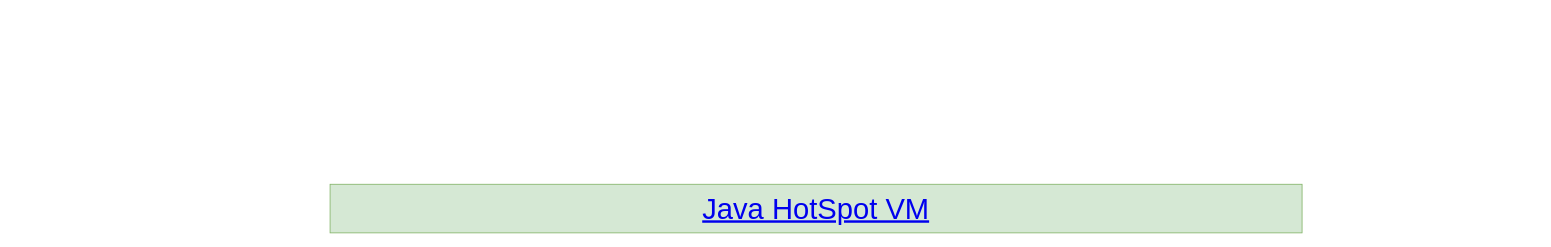
Above: java-road-map/Java开发知识结构.drawio in zhuyee/draw (draw.io), before the change. Source tidied: cells renumbered, new cells numbered last; positions are measured from the earlier drawing's top-left corner, leaving out a move shared by most shapes. Both pictures are drawn from the tidied source at 81%, with x=0, y=0 at pixel (330, 184).
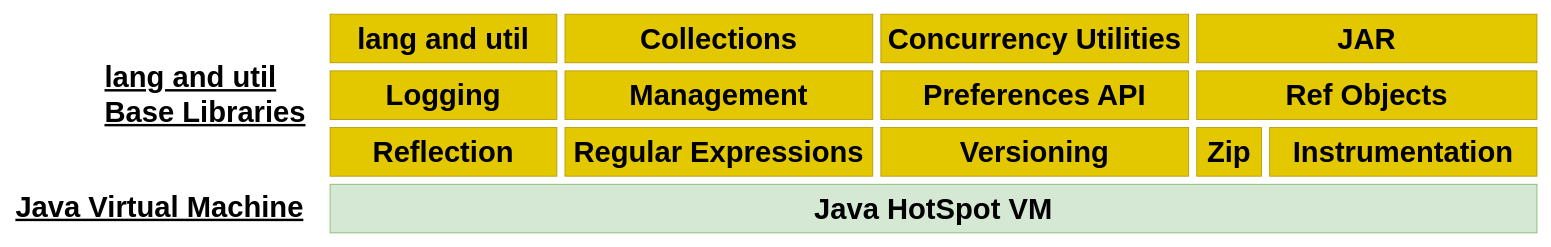
The same diagram, later.

Commit message:
更新 lang and util

Diff of the diagram source:
```diff
@@
 <mxGraphModel>
   <root>
     <mxCell id="0" />
     <mxCell id="1" parent="0" />
-    <mxCell id="2" value="&lt;font style=&quot;font-size: 36px;&quot;&gt;&lt;a href=&quot;https://docs.oracle.com/javase/7/docs/technotes/guides/vm/index.html&quot;&gt;Java HotSpot VM&lt;/a&gt;&lt;/font&gt;" style="rounded=0;whiteSpace=wrap;html=1;fillColor=#d5e8d4;strokeColor=#82b366;verticalAlign=middle;" parent="1" vertex="1">
-      <mxGeometry width="1200" height="60" as="geometry" />
+    <mxCell id="2" value="&lt;a style=&quot;color: rgb(0, 0, 0); font-family: Arial, Helvetica, sans-serif; font-weight: bold; text-decoration-line: none; font-size: 36px;&quot; class=&quot;atext&quot; href=&quot;https://docs.oracle.com/javase/7/docs/technotes/guides/vm/index.html&quot; alt=&quot;Java HotSpot VM&quot;&gt;Java HotSpot VM&lt;/a&gt;" style="rounded=0;whiteSpace=wrap;html=1;fillColor=#d5e8d4;strokeColor=#82b366;verticalAlign=middle;" parent="1" vertex="1">
+      <mxGeometry width="1490" height="60" as="geometry" />
     </mxCell>
+    <mxCell id="3" value="&lt;a style=&quot;color: rgb(0, 0, 0); font-family: Arial, Helvetica, sans-serif; font-weight: bold; text-decoration-line: none;&quot; alt=&quot;Introspection of loaded classes and objects&quot; class=&quot;atext&quot; href=&quot;https://docs.oracle.com/javase/7/docs/technotes/guides/reflection/index.html&quot;&gt;&lt;font style=&quot;font-size: 36px;&quot;&gt;Reflection&lt;/font&gt;&lt;/a&gt;" style="rounded=0;whiteSpace=wrap;html=1;fontSize=36;fillColor=#e3c800;strokeColor=#B09500;fontColor=#000000;" parent="1" vertex="1">
+      <mxGeometry y="-70" width="280" height="60" as="geometry" />
+    </mxCell>
+    <mxCell id="4" value="&lt;a style=&quot;color: rgb(0, 0, 0); font-family: Arial, Helvetica, sans-serif; font-weight: bold; text-decoration-line: none;&quot; class=&quot;atext&quot; href=&quot;https://docs.oracle.com/javase/7/docs/api/java/util/regex/package-summary.html&quot; alt=&quot;Regular expressions&quot;&gt;&lt;font style=&quot;font-size: 36px;&quot;&gt;Regular Expressions&lt;/font&gt;&lt;/a&gt;" style="rounded=0;whiteSpace=wrap;html=1;fontSize=36;fillColor=#e3c800;strokeColor=#B09500;fontColor=#000000;" parent="1" vertex="1">
+      <mxGeometry x="290" y="-70" width="380" height="60" as="geometry" />
+    </mxCell>
+    <mxCell id="5" value="&lt;a style=&quot;color: rgb(0, 0, 0); font-family: Arial, Helvetica, sans-serif; font-weight: bold; text-decoration-line: none;&quot; alt=&quot;Package Version Identification&quot; class=&quot;atext&quot; href=&quot;https://docs.oracle.com/javase/7/docs/technotes/guides/versioning/index.html&quot;&gt;Versioning&lt;/a&gt;" style="rounded=0;whiteSpace=wrap;html=1;fontSize=36;fillColor=#e3c800;strokeColor=#B09500;fontColor=#000000;" parent="1" vertex="1">
+      <mxGeometry x="680" y="-70" width="380" height="60" as="geometry" />
+    </mxCell>
+    <mxCell id="6" value="&lt;a style=&quot;color: rgb(0, 0, 0); font-family: Arial, Helvetica, sans-serif; font-weight: bold; text-decoration-line: none;&quot; alt=&quot;Reading and writing ZIP and GZIP file formats&quot; class=&quot;atext&quot; href=&quot;https://docs.oracle.com/javase/7/docs/api/java/util/zip/package-summary.html&quot;&gt;&lt;font style=&quot;font-size: 36px;&quot;&gt;Zip&lt;/font&gt;&lt;/a&gt;" style="rounded=0;whiteSpace=wrap;html=1;fontSize=36;fillColor=#e3c800;strokeColor=#B09500;fontColor=#000000;" parent="1" vertex="1">
+      <mxGeometry x="1070" y="-70" width="80" height="60" as="geometry" />
+    </mxCell>
+    <mxCell id="7" value="&lt;a style=&quot;color: rgb(0, 0, 0); font-family: Arial, Helvetica, sans-serif; font-weight: bold; text-decoration-line: none;&quot; alt=&quot;instrumentation&quot; class=&quot;atext&quot; href=&quot;https://docs.oracle.com/javase/7/docs/technotes/guides/instrumentation/index.html&quot;&gt;Instrumentation&lt;/a&gt;" style="rounded=0;whiteSpace=wrap;html=1;fontSize=36;fillColor=#e3c800;strokeColor=#B09500;fontColor=#000000;" parent="1" vertex="1">
+      <mxGeometry x="1160" y="-70" width="330" height="60" as="geometry" />
+    </mxCell>
+    <mxCell id="8" value="&lt;a style=&quot;color: rgb(0, 0, 0); font-family: Arial, Helvetica, sans-serif; font-weight: bold; text-decoration-line: none;&quot; class=&quot;atext&quot; href=&quot;https://docs.oracle.com/javase/7/docs/technotes/guides/logging/index.html&quot; alt=&quot;Logging features&quot;&gt;Logging&lt;/a&gt;" style="rounded=0;whiteSpace=wrap;html=1;fontSize=36;fillColor=#e3c800;strokeColor=#B09500;fontColor=#000000;" parent="1" vertex="1">
+      <mxGeometry y="-140" width="280" height="60" as="geometry" />
+    </mxCell>
+    <mxCell id="9" value="&lt;a style=&quot;color: rgb(0, 0, 0); font-family: Arial, Helvetica, sans-serif; font-weight: bold; text-decoration-line: none;&quot; alt=&quot;Java virtual machine monitoring and management&quot; class=&quot;atext&quot; href=&quot;https://docs.oracle.com/javase/7/docs/technotes/guides/management/index.html&quot;&gt;Management&lt;/a&gt;" style="rounded=0;whiteSpace=wrap;html=1;fontSize=36;fillColor=#e3c800;strokeColor=#B09500;fontColor=#000000;" parent="1" vertex="1">
+      <mxGeometry x="290" y="-140" width="380" height="60" as="geometry" />
+    </mxCell>
+    <mxCell id="10" value="&lt;a style=&quot;color: rgb(0, 0, 0); font-family: Arial, Helvetica, sans-serif; font-weight: bold; text-decoration-line: none;&quot; class=&quot;atext&quot; href=&quot;https://docs.oracle.com/javase/7/docs/technotes/guides/preferences/index.html&quot; alt=&quot;Preferences&quot;&gt;Preferences API&lt;/a&gt;" style="rounded=0;whiteSpace=wrap;html=1;fontSize=36;fillColor=#e3c800;strokeColor=#B09500;fontColor=#000000;" parent="1" vertex="1">
+      <mxGeometry x="680" y="-140" width="380" height="60" as="geometry" />
+    </mxCell>
+    <mxCell id="11" value="&lt;a style=&quot;color: rgb(0, 0, 0); font-family: Arial, Helvetica, sans-serif; font-weight: bold; text-decoration-line: none;&quot; class=&quot;atext&quot; href=&quot;https://docs.oracle.com/javase/7/docs/api/java/lang/ref/package-summary.html&quot; alt=&quot;Reference Objects API&quot;&gt;Ref Objects&lt;/a&gt;" style="rounded=0;whiteSpace=wrap;html=1;fontSize=36;fillColor=#e3c800;strokeColor=#B09500;fontColor=#000000;" parent="1" vertex="1">
+      <mxGeometry x="1070" y="-140" width="420" height="60" as="geometry" />
+    </mxCell>
+    <mxCell id="12" value="&lt;a style=&quot;color: rgb(0, 0, 0); font-family: Arial, Helvetica, sans-serif; font-weight: bold; text-decoration-line: none;&quot; alt=&quot;java.lang and java.util packages&quot; class=&quot;atext&quot; href=&quot;https://docs.oracle.com/javase/7/docs/technotes/guides/lang/index.html&quot;&gt;lang and util&lt;/a&gt;" style="rounded=0;whiteSpace=wrap;html=1;fontSize=36;fillColor=#e3c800;strokeColor=#B09500;fontColor=#000000;" parent="1" vertex="1">
+      <mxGeometry y="-210" width="280" height="60" as="geometry" />
+    </mxCell>
+    <mxCell id="13" value="&lt;a style=&quot;color: rgb(0, 0, 0); font-family: Arial, Helvetica, sans-serif; font-weight: bold; text-decoration-line: none;&quot; alt=&quot;Framework for representing and manipulating collections&quot; class=&quot;atext&quot; href=&quot;https://docs.oracle.com/javase/7/docs/technotes/guides/collections/index.html&quot;&gt;Collections&lt;/a&gt;" style="rounded=0;whiteSpace=wrap;html=1;fontSize=36;fillColor=#e3c800;strokeColor=#B09500;fontColor=#000000;" parent="1" vertex="1">
+      <mxGeometry x="290" y="-210" width="380" height="60" as="geometry" />
+    </mxCell>
+    <mxCell id="14" value="&lt;a style=&quot;color: rgb(0, 0, 0); font-family: Arial, Helvetica, sans-serif; font-weight: bold; text-decoration-line: none;&quot; alt=&quot;Concurrency utilities&quot; class=&quot;atext&quot; href=&quot;https://docs.oracle.com/javase/7/docs/technotes/guides/concurrency/index.html&quot;&gt;Concurrency Utilities&lt;/a&gt;" style="rounded=0;whiteSpace=wrap;html=1;fontSize=36;fillColor=#e3c800;strokeColor=#B09500;fontColor=#000000;" parent="1" vertex="1">
+      <mxGeometry x="680" y="-210" width="380" height="60" as="geometry" />
+    </mxCell>
+    <mxCell id="15" value="&lt;a style=&quot;color: rgb(0, 0, 0); font-family: Arial, Helvetica, sans-serif; font-weight: bold; text-decoration-line: none;&quot; alt=&quot;Platform-independent file format that aggregates many files into one&quot; class=&quot;atext&quot; href=&quot;https://docs.oracle.com/javase/7/docs/technotes/guides/jar/index.html&quot;&gt;JAR&lt;/a&gt;" style="rounded=0;whiteSpace=wrap;html=1;fontSize=36;fillColor=#e3c800;strokeColor=#B09500;fontColor=#000000;" parent="1" vertex="1">
+      <mxGeometry x="1070" y="-210" width="420" height="60" as="geometry" />
+    </mxCell>
+    <mxCell id="16" value="&lt;a style=&quot;font-size: 36px; color: rgb(0, 0, 0); font-family: Arial, Helvetica, sans-serif; text-decoration: underline; font-style: normal; font-variant-ligatures: normal; font-variant-caps: normal; font-weight: 400; letter-spacing: normal; orphans: 2; text-align: right; text-indent: 0px; text-transform: none; widows: 2; word-spacing: 0px; -webkit-text-stroke-width: 0px;&quot; class=&quot;ahead&quot; href=&quot;https://docs.oracle.com/javase/7/docs/technotes/guides/vm/index.html&quot; alt=&quot;Java Virtual Machine&quot;&gt;&lt;b style=&quot;font-size: 36px;&quot;&gt;Java Virtual Machine&lt;/b&gt;&lt;/a&gt;" style="text;whiteSpace=wrap;html=1;fontSize=36;" parent="1" vertex="1">
+      <mxGeometry x="-390" width="370" height="60" as="geometry" />
+    </mxCell>
+    <mxCell id="17" value="&lt;a style=&quot;font-size: 36px; color: rgb(0, 0, 0); font-family: Arial, Helvetica, sans-serif; text-decoration: underline; font-style: normal; font-variant-ligatures: normal; font-variant-caps: normal; font-weight: 400; letter-spacing: normal; orphans: 2; text-align: right; text-indent: 0px; text-transform: none; widows: 2; word-spacing: 0px; -webkit-text-stroke-width: 0px;&quot; class=&quot;ahead&quot; href=&quot;https://docs.oracle.com/javase/7/docs/technotes/guides/index.html#langutil&quot;&gt;&lt;b style=&quot;font-size: 36px;&quot;&gt;lang and util&lt;br style=&quot;font-size: 36px;&quot;&gt;Base Libraries&lt;/b&gt;&lt;/a&gt;" style="text;whiteSpace=wrap;html=1;fontSize=36;" parent="1" vertex="1">
+      <mxGeometry x="-280" y="-160" width="260" height="100" as="geometry" />
+    </mxCell>
   </root>
 </mxGraphModel>
```
